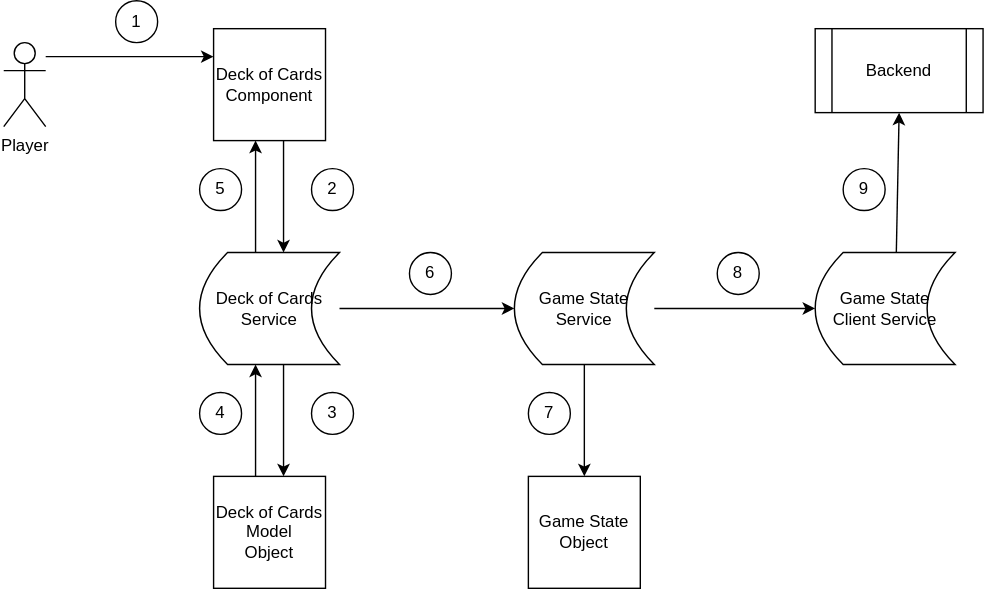
Above: docs/img/game-state-detailed-flow-update.drawio.svg in nimbusscale/dominant-species (draw.io), before the change. Source tidied: cells renumbered, new cells last; positions are measured from the earlier drawing's top-left corner, leaving out a move shared by most shapes. Its diagram source:
```xml
<mxGraphModel>
  <root>
    <mxCell id="0" />
    <mxCell id="1" parent="0" />
    <mxCell id="2" value="Player" style="shape=umlActor;verticalLabelPosition=bottom;verticalAlign=top;html=1;" parent="1" vertex="1">
      <mxGeometry y="30" width="30" height="60" as="geometry" />
    </mxCell>
    <mxCell id="3" value="Game State&lt;div&gt;Object&lt;/div&gt;" style="whiteSpace=wrap;html=1;" parent="1" vertex="1">
      <mxGeometry x="375" y="340" width="80" height="80" as="geometry" />
    </mxCell>
    <mxCell id="4" value="Game State&lt;div&gt;Service&lt;/div&gt;" style="shape=dataStorage;whiteSpace=wrap;html=1;fixedSize=1;" parent="1" vertex="1">
      <mxGeometry x="365" y="180" width="100" height="80" as="geometry" />
    </mxCell>
    <mxCell id="5" value="Game State&lt;div&gt;Client Service&lt;/div&gt;" style="shape=dataStorage;whiteSpace=wrap;html=1;fixedSize=1;" parent="1" vertex="1">
      <mxGeometry x="580" y="180" width="100" height="80" as="geometry" />
    </mxCell>
    <mxCell id="6" value="Backend" style="shape=process;whiteSpace=wrap;html=1;backgroundOutline=1;" parent="1" vertex="1">
      <mxGeometry x="580" y="20" width="120" height="60" as="geometry" />
    </mxCell>
    <mxCell id="7" style="endArrow=classic;startArrow=none;html=1;rounded=0;entryX=0;entryY=0.5;entryDx=0;entryDy=0;startFill=0;" parent="1" edge="1">
      <mxGeometry relative="1" as="geometry">
        <mxPoint x="30" y="40" as="sourcePoint" />
        <mxPoint x="150" y="40" as="targetPoint" />
      </mxGeometry>
    </mxCell>
    <mxCell id="8" value="&lt;div&gt;Deck of Cards&lt;/div&gt;Component" style="whiteSpace=wrap;html=1;" parent="1" vertex="1">
      <mxGeometry x="150" y="20" width="80" height="80" as="geometry" />
    </mxCell>
    <mxCell id="9" value="&lt;div&gt;Deck of Cards&lt;br&gt;&lt;/div&gt;Service" style="shape=dataStorage;whiteSpace=wrap;html=1;fixedSize=1;" parent="1" vertex="1">
      <mxGeometry x="140" y="180" width="100" height="80" as="geometry" />
    </mxCell>
    <mxCell id="10" value="&lt;div&gt;Deck of Cards&lt;br&gt;&lt;/div&gt;Model&lt;div&gt;Object&lt;/div&gt;" style="whiteSpace=wrap;html=1;" parent="1" vertex="1">
      <mxGeometry x="150" y="340" width="80" height="80" as="geometry" />
    </mxCell>
    <mxCell id="11" value="1" style="ellipse;whiteSpace=wrap;html=1;" parent="1" vertex="1">
      <mxGeometry x="80" width="30" height="30" as="geometry" />
    </mxCell>
    <mxCell id="12" value="3" style="ellipse;whiteSpace=wrap;html=1;" parent="1" vertex="1">
      <mxGeometry x="220" y="280" width="30" height="30" as="geometry" />
    </mxCell>
    <mxCell id="13" style="endArrow=classic;startArrow=none;html=1;rounded=0;startFill=0;exitX=0.5;exitY=1;exitDx=0;exitDy=0;" parent="1" edge="1">
      <mxGeometry relative="1" as="geometry">
        <mxPoint x="200" y="260" as="sourcePoint" />
        <mxPoint x="200" y="340" as="targetPoint" />
      </mxGeometry>
    </mxCell>
    <mxCell id="14" style="endArrow=classic;startArrow=none;html=1;rounded=0;startFill=0;entryX=0;entryY=0.5;entryDx=0;entryDy=0;exitX=1;exitY=0.5;exitDx=0;exitDy=0;" parent="1" edge="1" source="9" target="4">
      <mxGeometry relative="1" as="geometry" />
    </mxCell>
    <mxCell id="15" style="endArrow=classic;startArrow=none;html=1;rounded=0;startFill=0;entryX=0.5;entryY=0;entryDx=0;entryDy=0;exitX=0.5;exitY=1;exitDx=0;exitDy=0;" parent="1" edge="1" source="4" target="3">
      <mxGeometry relative="1" as="geometry" />
    </mxCell>
    <mxCell id="16" style="endArrow=classic;startArrow=none;html=1;rounded=0;startFill=0;entryX=0;entryY=0.5;entryDx=0;entryDy=0;exitX=1;exitY=0.5;exitDx=0;exitDy=0;" parent="1" edge="1" source="4" target="5">
      <mxGeometry relative="1" as="geometry" />
    </mxCell>
    <mxCell id="17" style="endArrow=classic;startArrow=none;html=1;rounded=0;startFill=0;entryX=0.5;entryY=1;entryDx=0;entryDy=0;exitX=0.58;exitY=0;exitDx=0;exitDy=0;exitPerimeter=0;" parent="1" edge="1" source="5" target="6">
      <mxGeometry relative="1" as="geometry" />
    </mxCell>
    <mxCell id="18" style="endArrow=classic;startArrow=none;html=1;rounded=0;startFill=0;entryX=0.5;entryY=1;entryDx=0;entryDy=0;exitX=0.5;exitY=0;exitDx=0;exitDy=0;" parent="1" edge="1">
      <mxGeometry relative="1" as="geometry">
        <mxPoint x="180" y="340" as="sourcePoint" />
        <mxPoint x="180" y="260" as="targetPoint" />
      </mxGeometry>
    </mxCell>
    <mxCell id="19" value="4" style="ellipse;whiteSpace=wrap;html=1;" parent="1" vertex="1">
      <mxGeometry x="140" y="280" width="30" height="30" as="geometry" />
    </mxCell>
    <mxCell id="20" value="2" style="ellipse;whiteSpace=wrap;html=1;" parent="1" vertex="1">
      <mxGeometry x="220" y="120" width="30" height="30" as="geometry" />
    </mxCell>
    <mxCell id="21" style="endArrow=classic;startArrow=none;html=1;rounded=0;startFill=0;exitX=0.5;exitY=1;exitDx=0;exitDy=0;" parent="1" edge="1">
      <mxGeometry relative="1" as="geometry">
        <mxPoint x="200" y="100" as="sourcePoint" />
        <mxPoint x="200" y="180" as="targetPoint" />
      </mxGeometry>
    </mxCell>
    <mxCell id="22" style="endArrow=classic;startArrow=none;html=1;rounded=0;startFill=0;entryX=0.5;entryY=1;entryDx=0;entryDy=0;exitX=0.5;exitY=0;exitDx=0;exitDy=0;" parent="1" edge="1">
      <mxGeometry relative="1" as="geometry">
        <mxPoint x="180" y="180" as="sourcePoint" />
        <mxPoint x="180" y="100" as="targetPoint" />
      </mxGeometry>
    </mxCell>
    <mxCell id="23" value="5" style="ellipse;whiteSpace=wrap;html=1;" parent="1" vertex="1">
      <mxGeometry x="140" y="120" width="30" height="30" as="geometry" />
    </mxCell>
    <mxCell id="24" value="6" style="ellipse;whiteSpace=wrap;html=1;" parent="1" vertex="1">
      <mxGeometry x="290" y="180" width="30" height="30" as="geometry" />
    </mxCell>
    <mxCell id="25" value="7" style="ellipse;whiteSpace=wrap;html=1;" parent="1" vertex="1">
      <mxGeometry x="375" y="280" width="30" height="30" as="geometry" />
    </mxCell>
    <mxCell id="26" value="8" style="ellipse;whiteSpace=wrap;html=1;" parent="1" vertex="1">
      <mxGeometry x="510" y="180" width="30" height="30" as="geometry" />
    </mxCell>
    <mxCell id="27" value="9" style="ellipse;whiteSpace=wrap;html=1;" parent="1" vertex="1">
      <mxGeometry x="600" y="120" width="30" height="30" as="geometry" />
    </mxCell>
  </root>
</mxGraphModel>
```
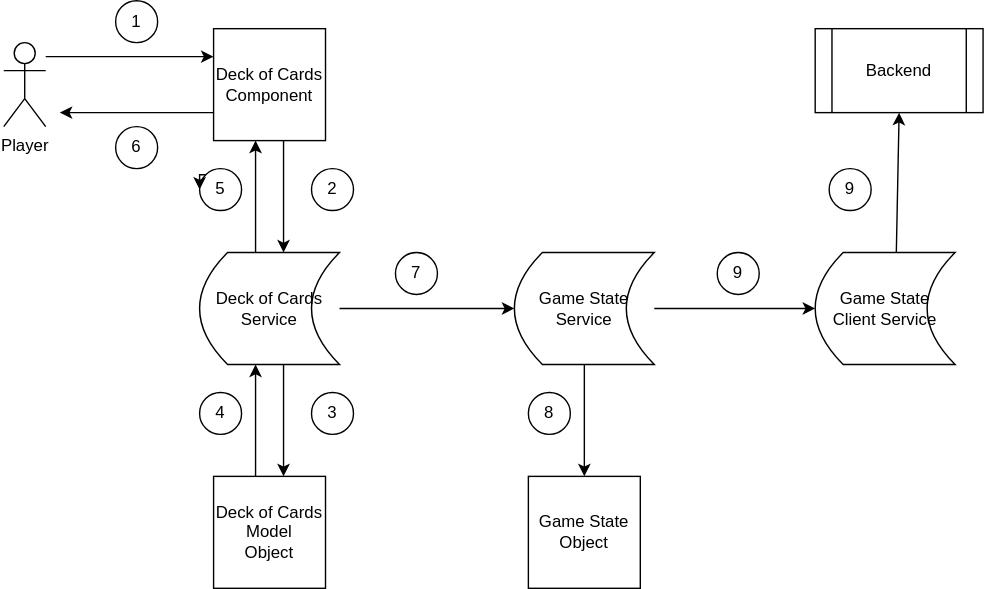
The same file after the commit.

What changed in the source:
```diff
@@ -84,16 +84,27 @@
       <mxGeometry x="140" y="120" width="30" height="30" as="geometry" />
     </mxCell>
     <mxCell id="24" value="6" style="ellipse;whiteSpace=wrap;html=1;" parent="1" vertex="1">
-      <mxGeometry x="290" y="180" width="30" height="30" as="geometry" />
+      <mxGeometry x="80" y="90" width="30" height="30" as="geometry" />
     </mxCell>
     <mxCell id="25" value="7" style="ellipse;whiteSpace=wrap;html=1;" parent="1" vertex="1">
-      <mxGeometry x="375" y="280" width="30" height="30" as="geometry" />
+      <mxGeometry x="280" y="180" width="30" height="30" as="geometry" />
     </mxCell>
     <mxCell id="26" value="8" style="ellipse;whiteSpace=wrap;html=1;" parent="1" vertex="1">
-      <mxGeometry x="510" y="180" width="30" height="30" as="geometry" />
+      <mxGeometry x="375" y="280" width="30" height="30" as="geometry" />
     </mxCell>
     <mxCell id="27" value="9" style="ellipse;whiteSpace=wrap;html=1;" parent="1" vertex="1">
-      <mxGeometry x="600" y="120" width="30" height="30" as="geometry" />
+      <mxGeometry x="510" y="180" width="30" height="30" as="geometry" />
     </mxCell>
+    <mxCell id="28" style="edgeStyle=orthogonalEdgeStyle;rounded=0;orthogonalLoop=1;jettySize=auto;html=1;exitX=0;exitY=0;exitDx=0;exitDy=0;entryX=0;entryY=0.5;entryDx=0;entryDy=0;" parent="1" edge="1" source="23" target="23">
+      <mxGeometry relative="1" as="geometry" />
+    </mxCell>
+    <mxCell id="29" style="endArrow=classic;startArrow=none;html=1;rounded=0;startFill=0;exitX=0;exitY=0.75;exitDx=0;exitDy=0;" parent="1" edge="1" source="8">
+      <mxGeometry relative="1" as="geometry">
+        <mxPoint x="40" y="80" as="targetPoint" />
+      </mxGeometry>
+    </mxCell>
+    <mxCell id="30" value="9" style="ellipse;whiteSpace=wrap;html=1;" parent="1" vertex="1">
+      <mxGeometry x="590" y="120" width="30" height="30" as="geometry" />
+    </mxCell>
   </root>
 </mxGraphModel>
```
